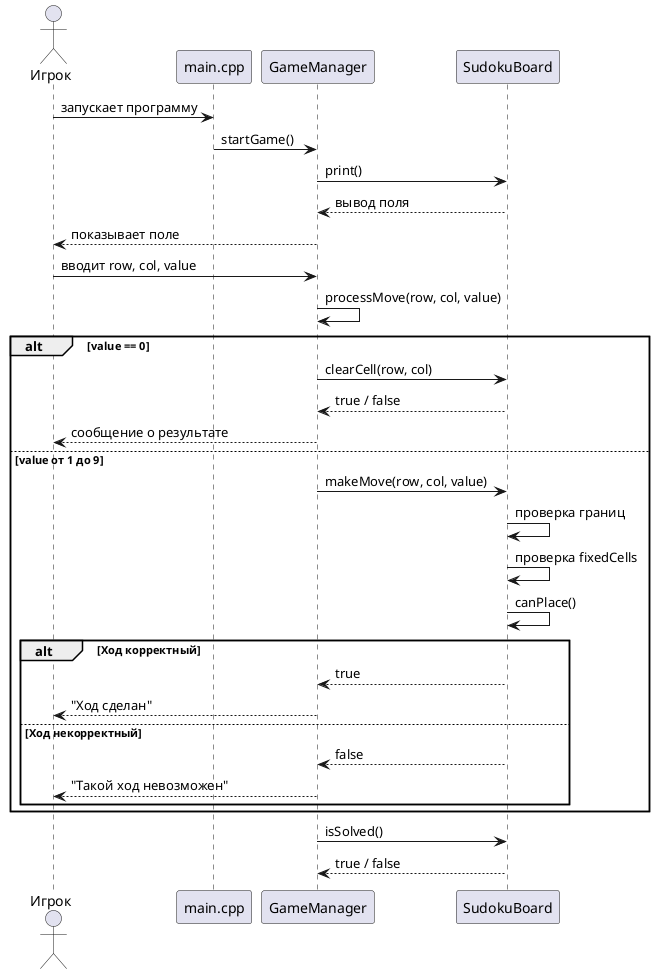
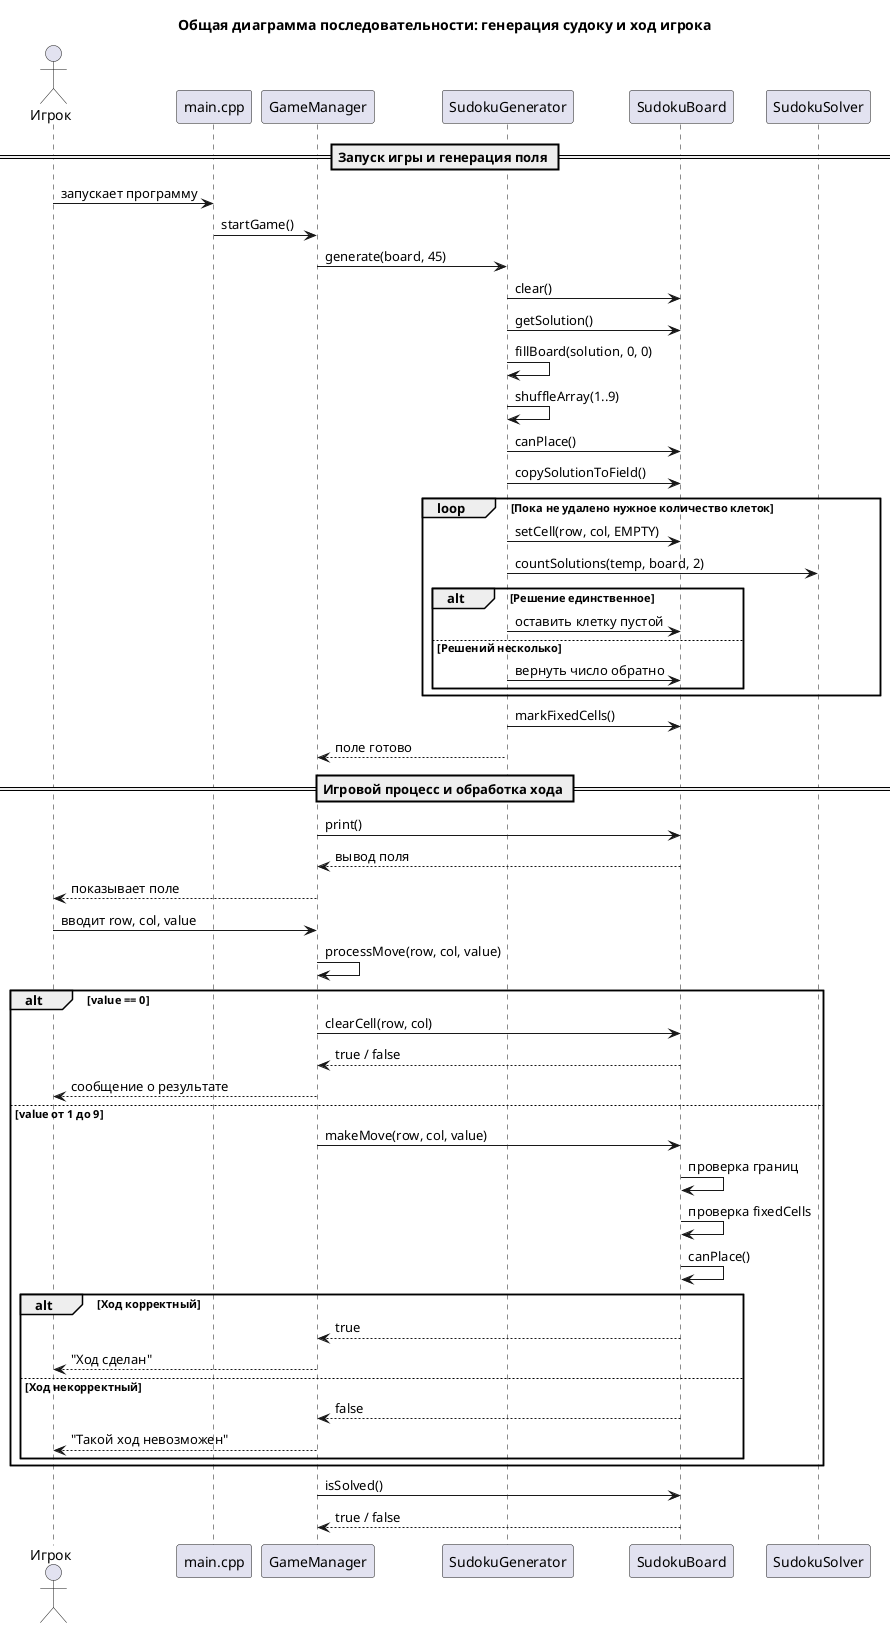
@startuml
skinparam shadowing false
skinparam defaultFontName Arial

+ title Общая диаграмма последовательности: генерация судоку и ход игрока
+ 
actor "Игрок" as Player
participant "main.cpp" as Main
participant "GameManager" as GameManager
+ participant "SudokuGenerator" as Generator
participant "SudokuBoard" as Board
+ participant "SudokuSolver" as Solver
+ 
+ == Запуск игры и генерация поля ==

Player -> Main : запускает программу
Main -> GameManager : startGame()
+ 
+ GameManager -> Generator : generate(board, 45)
+ Generator -> Board : clear()
+ Generator -> Board : getSolution()
+ Generator -> Generator : fillBoard(solution, 0, 0)
+ Generator -> Generator : shuffleArray(1..9)
+ Generator -> Board : canPlace()
+ Generator -> Board : copySolutionToField()
+ 
+ loop Пока не удалено нужное количество клеток
+     Generator -> Board : setCell(row, col, EMPTY)
+     Generator -> Solver : countSolutions(temp, board, 2)
+ 
+     alt Решение единственное
+         Generator -> Board : оставить клетку пустой
+     else Решений несколько
+         Generator -> Board : вернуть число обратно
+     end
+ end
+ 
+ Generator -> Board : markFixedCells()
+ Generator --> GameManager : поле готово
+ 
+ == Игровой процесс и обработка хода ==
+ 
GameManager -> Board : print()
Board --> GameManager : вывод поля
GameManager --> Player : показывает поле

Player -> GameManager : вводит row, col, value
GameManager -> GameManager : processMove(row, col, value)

alt value == 0
    GameManager -> Board : clearCell(row, col)
    Board --> GameManager : true / false
    GameManager --> Player : сообщение о результате
else value от 1 до 9
    GameManager -> Board : makeMove(row, col, value)
    Board -> Board : проверка границ
    Board -> Board : проверка fixedCells
    Board -> Board : canPlace()

    alt Ход корректный
        Board --> GameManager : true
        GameManager --> Player : "Ход сделан"
    else Ход некорректный
        Board --> GameManager : false
        GameManager --> Player : "Такой ход невозможен"
    end
end

GameManager -> Board : isSolved()
Board --> GameManager : true / false

@enduml
